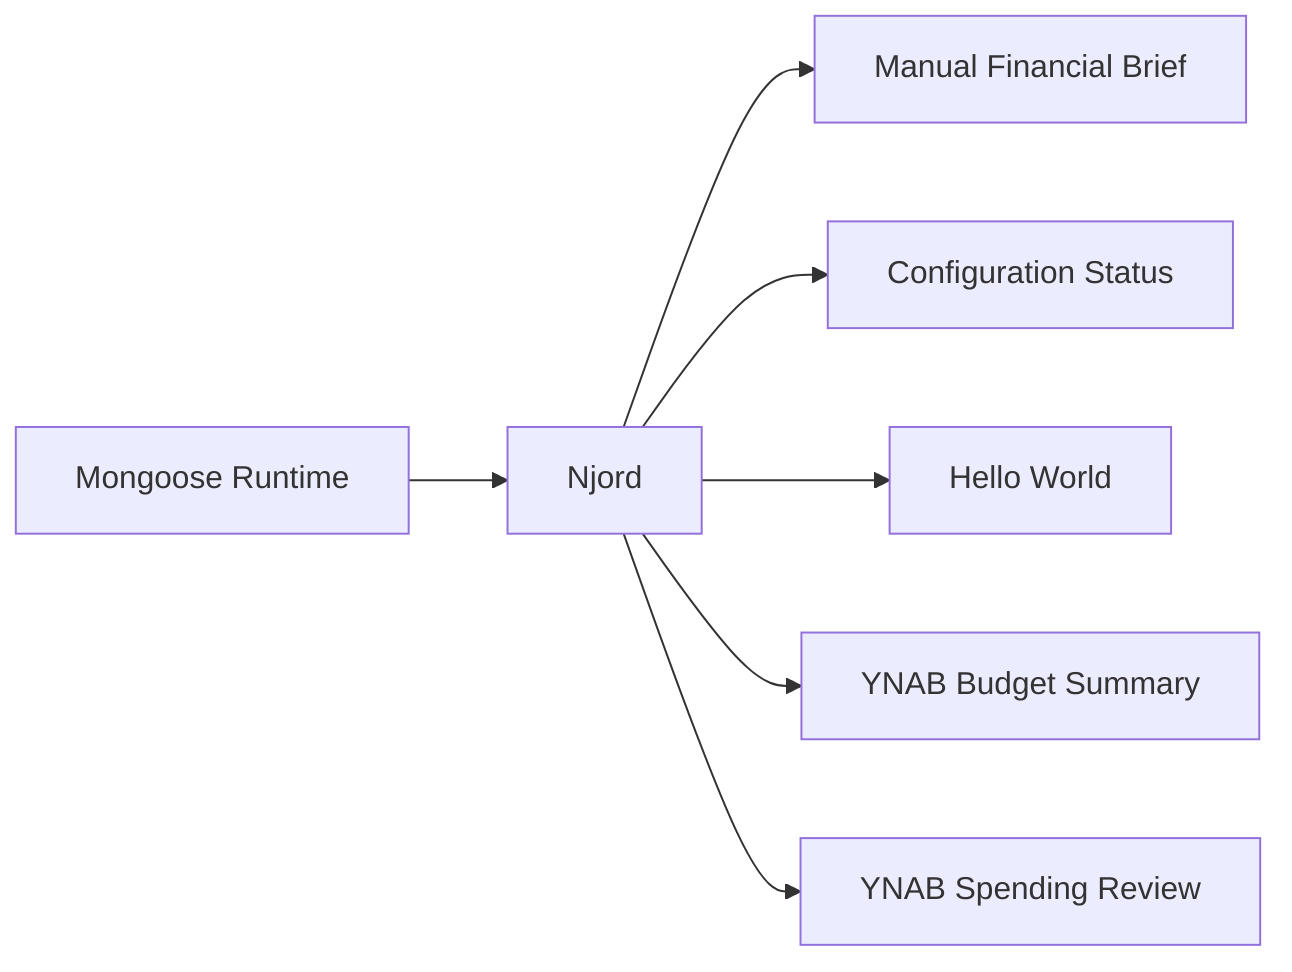
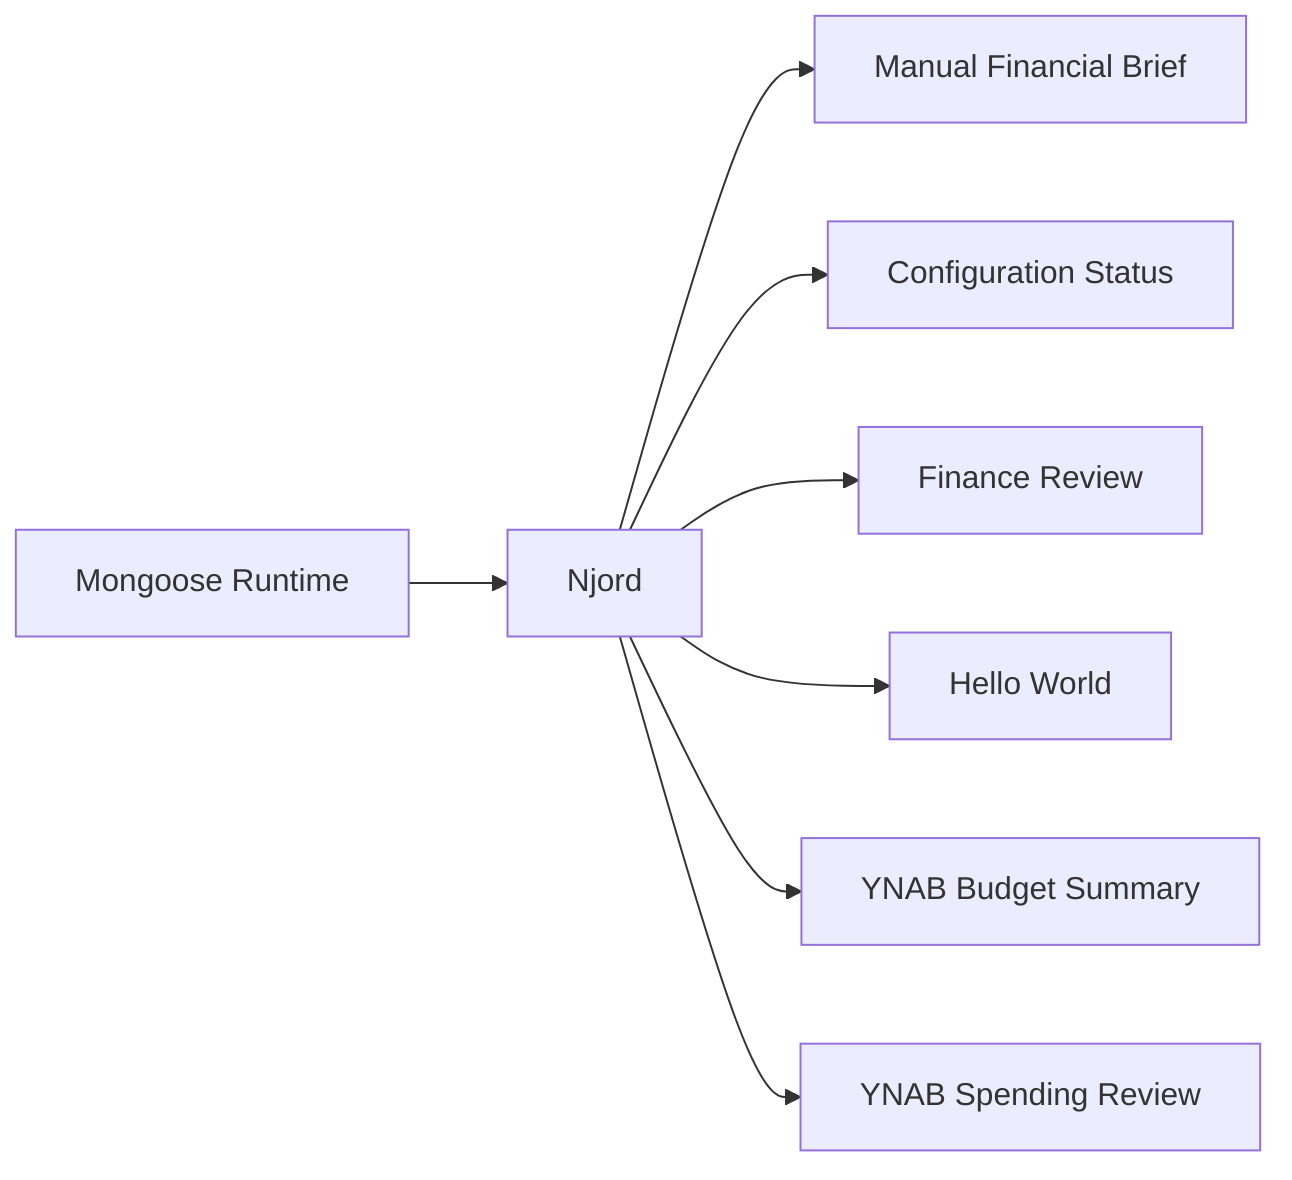
%% Generated by `mongoose architecture generate`. Do not edit by hand.
flowchart LR
  runtime["Mongoose Runtime"]
  agent_Njord["Njord"]
  runtime --> agent_Njord
  agent_Njord_brief["Manual Financial Brief"]
  agent_Njord --> agent_Njord_brief
  agent_Njord_config_status["Configuration Status"]
  agent_Njord --> agent_Njord_config_status
+   agent_Njord_finance_review["Finance Review"]
+   agent_Njord --> agent_Njord_finance_review
  agent_Njord_hello_world["Hello World"]
  agent_Njord --> agent_Njord_hello_world
  agent_Njord_ynab_budget_summary["YNAB Budget Summary"]
  agent_Njord --> agent_Njord_ynab_budget_summary
  agent_Njord_ynab_spending_review["YNAB Spending Review"]
  agent_Njord --> agent_Njord_ynab_spending_review
